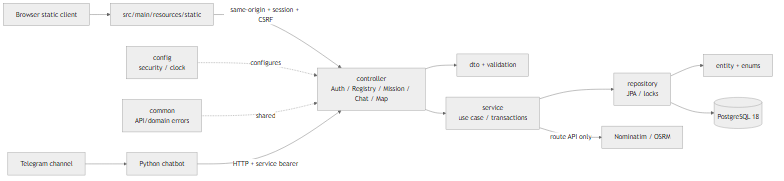
The Mermaid diagram docs/diagrams/rendered/component_packages.png in coluccimarco/fornitori-soccorso, before a commit. Its source is kept beside it as docs/diagrams/component_packages.mmd.
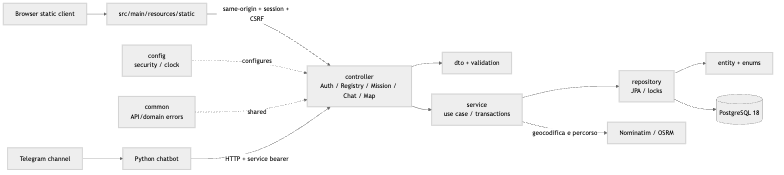
Above is the later version.

What changed in the source:
```diff
@@ -10,4 +10,4 @@
     Common["common<br/>API/domain errors"] -. shared .-> Controller
     Bot["Python chatbot"] -->|HTTP + service bearer| Controller
     Telegram["Telegram channel"] --> Bot
-    Service -->|route API only| Providers["Nominatim / OSRM"]
+    Service -->|geocodifica e percorso| Providers["Nominatim / OSRM"]
```
